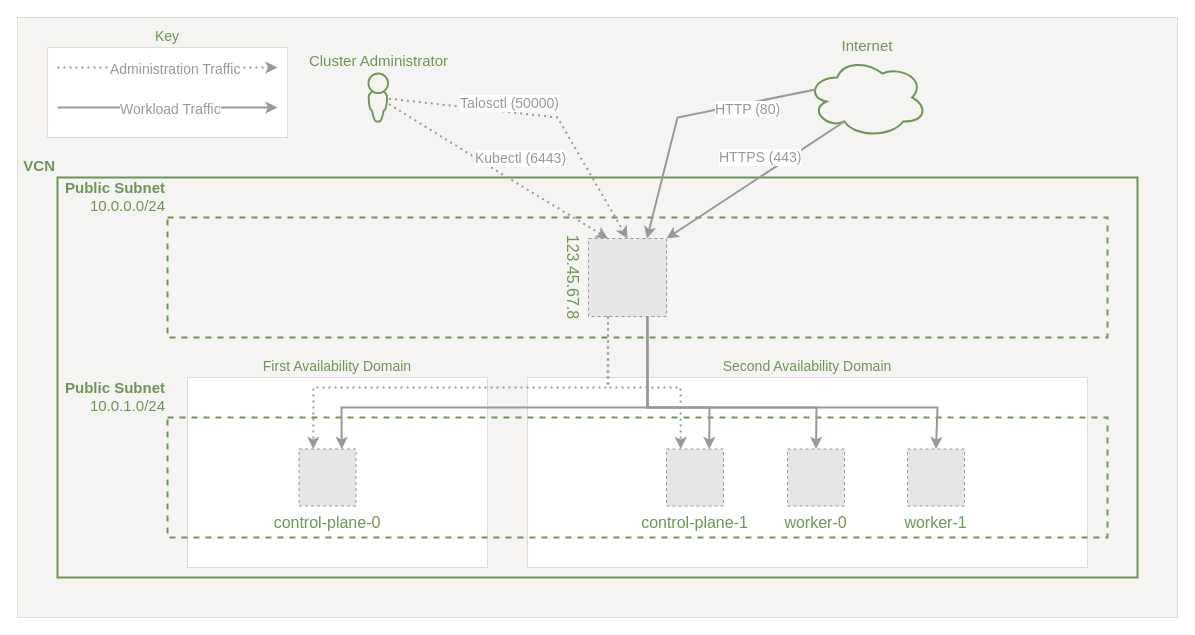
The draw.io diagram docs/media/k8s_talos_oci_architecture.drawio in m5lapp/oracle-cloud-free-tier-talos-linux-kubernetes-cluster, before the edit. Source tidied: cells renumbered, new cells numbered last; positions are measured from the earlier drawing's top-left corner, leaving out a move shared by most shapes. Both pictures are drawn from the tidied source at 100%, with x=0, y=0 at pixel (17, 17). Pictures stored in the file or linked from it are replaced by grey dashed boxes.
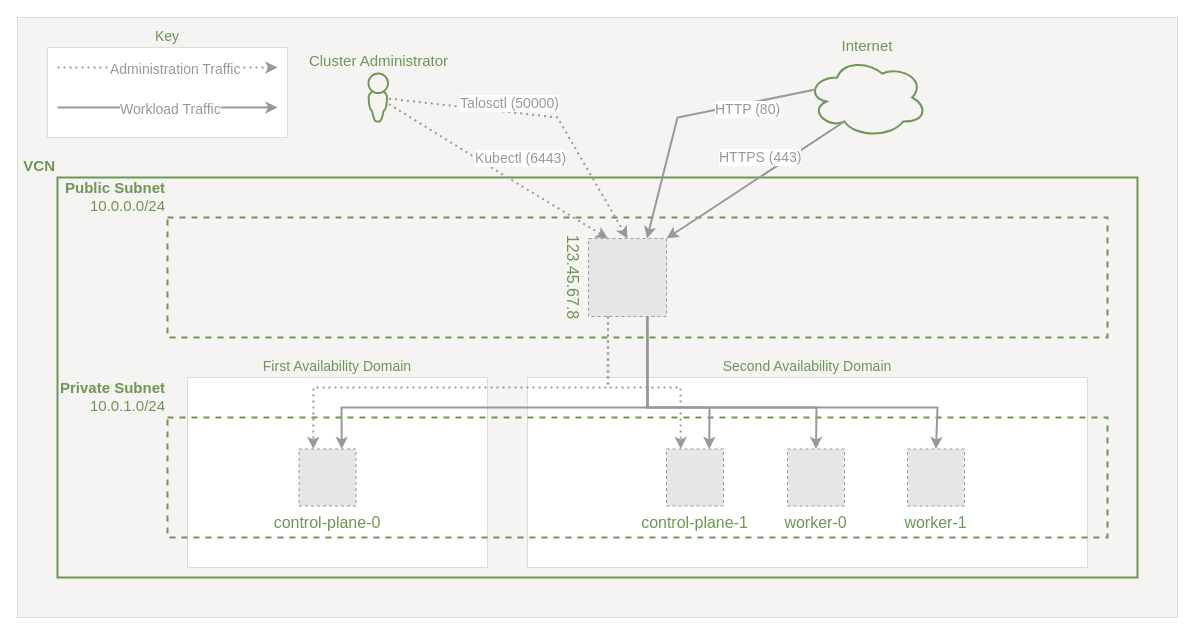
The same page after the edit.

Commit message (it also covers changes not shown here):
Fixed typo in README architecture diagram.

Diff of the diagram source:
```diff
@@
-    <mxCell id="8" value="&lt;div&gt;&lt;b&gt;Public Subnet&lt;/b&gt;&lt;/div&gt;&lt;div&gt;10.0.1.0/24&lt;/div&gt;" style="rounded=0;whiteSpace=wrap;html=1;dashed=1;fontSize=15;fontColor=light-dark(#6E9656,#AE562C);fillColor=none;strokeColor=light-dark(#6E9656,#AE562C);strokeWidth=2;labelPosition=left;verticalLabelPosition=top;align=right;verticalAlign=bottom;" parent="1" vertex="1">
+    <mxCell id="8" value="&lt;div&gt;&lt;b&gt;Private Subnet&lt;/b&gt;&lt;/div&gt;&lt;div&gt;10.0.1.0/24&lt;/div&gt;" style="rounded=0;whiteSpace=wrap;html=1;dashed=1;fontSize=15;fontColor=light-dark(#6E9656,#AE562C);fillColor=none;strokeColor=light-dark(#6E9656,#AE562C);strokeWidth=2;labelPosition=left;verticalLabelPosition=top;align=right;verticalAlign=bottom;" parent="1" vertex="1">
       <mxGeometry x="150" y="400" width="940" height="120" as="geometry" />
     </mxCell>
```
